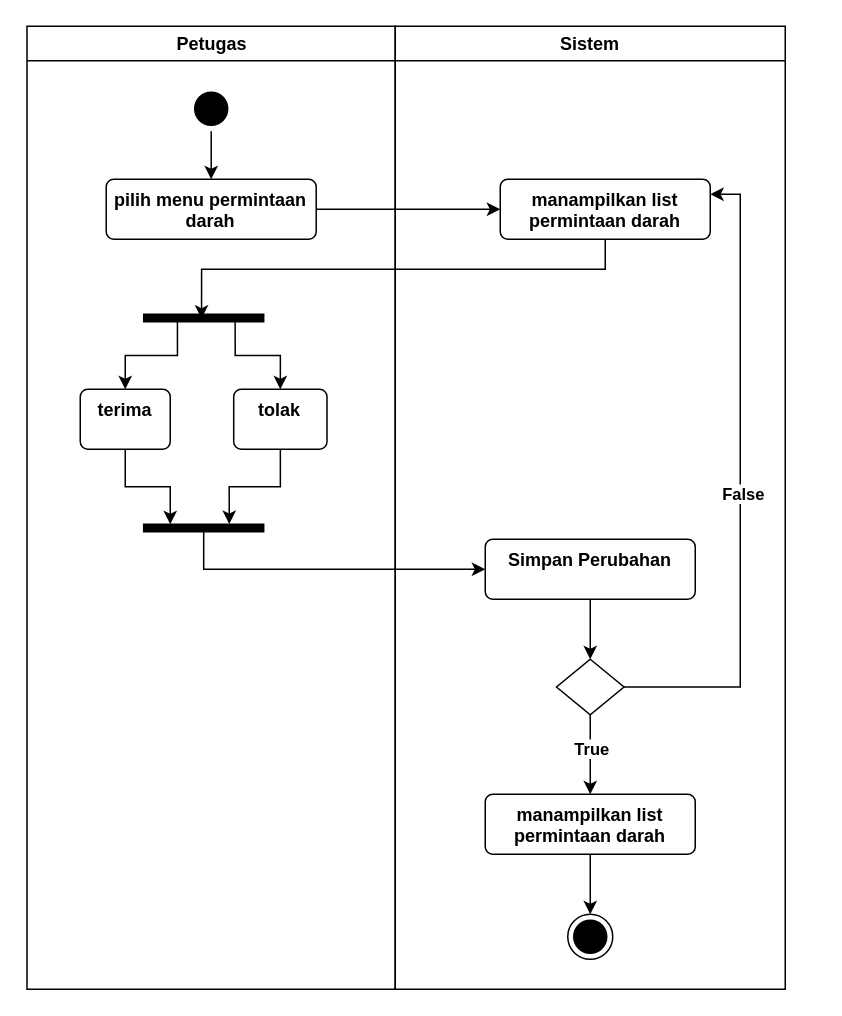
Before: page "activity-kelola-permintaan-darah" (6 of 24) of Untitled Diagram.drawio in afdikomayte/UDD-PMI-blood-donation-service, a draw.io diagram. Source tidied: cells renumbered, new cells numbered last; positions are measured from the earlier drawing's top-left corner, leaving out a move shared by most shapes. Both pictures are drawn from the tidied source at 150%, with x=0, y=0 at pixel (26, 26).
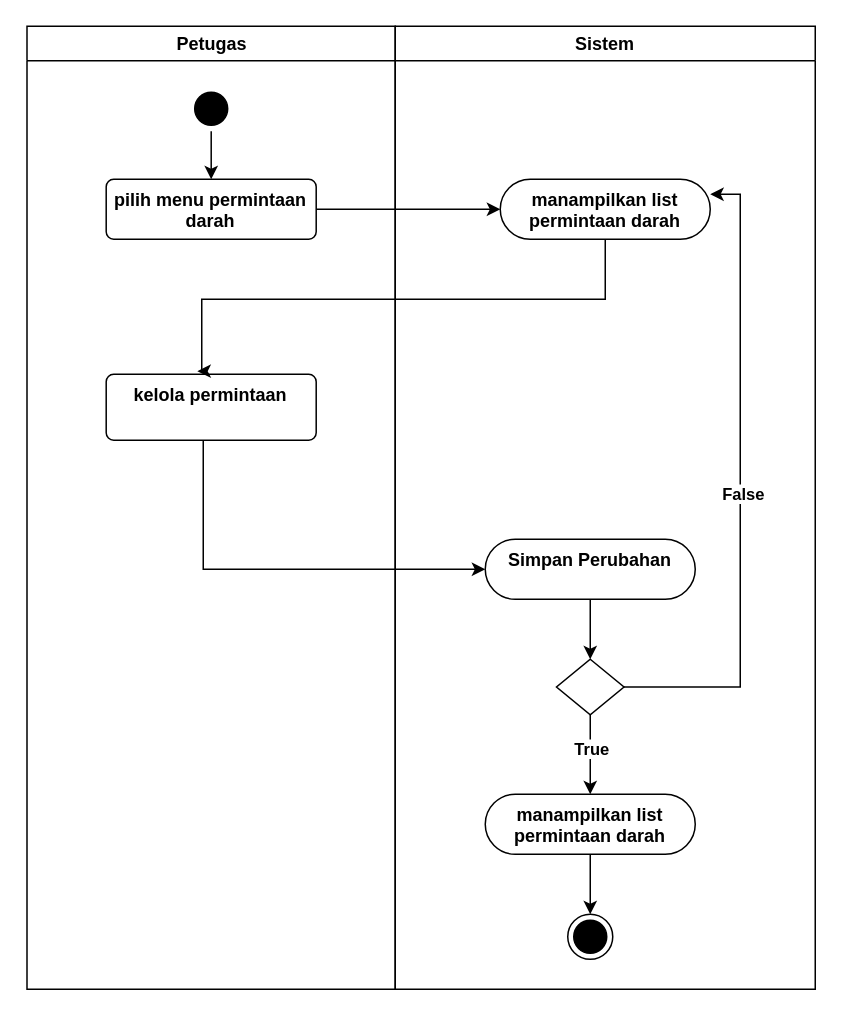
The same diagram, later.

Unchanged cells that the change refers to:
```xml
<mxCell id="2" value="Petugas" style="swimlane;whiteSpace=wrap;startSize=23;fontStyle=1;" parent="1" vertex="1">
  <mxGeometry x="0.5" width="245.5" height="642" as="geometry" />
</mxCell>
```

What changed in the source:
```diff
@@
-    <mxCell id="6" style="edgeStyle=orthogonalEdgeStyle;rounded=0;jettySize=auto;html=1;entryX=0.5;entryY=0;entryDx=0;entryDy=0;exitX=0.88;exitY=0.719;exitDx=0;exitDy=0;exitPerimeter=0;fontStyle=1;" parent="2" edge="1" source="7" target="8">
-      <mxGeometry relative="1" as="geometry" />
-    </mxCell>
-    <mxCell id="7" style="html=1;points=[];perimeter=orthogonalPerimeter;fillColor=strokeColor;direction=south;fontStyle=1;" parent="2" vertex="1">
-      <mxGeometry x="77.8" y="192" width="80" height="5" as="geometry" />
-    </mxCell>
-    <mxCell id="8" value="terima" style="html=1;align=center;verticalAlign=top;rounded=1;absoluteArcSize=1;arcSize=10;dashed=0;whiteSpace=wrap;fontStyle=1;" parent="2" vertex="1">
-      <mxGeometry x="35.5" y="242" width="60" height="40" as="geometry" />
-    </mxCell>
-    <mxCell id="9" value="tolak" style="html=1;align=center;verticalAlign=top;rounded=1;absoluteArcSize=1;arcSize=10;dashed=0;whiteSpace=wrap;fontStyle=1;" parent="2" vertex="1">
-      <mxGeometry x="137.8" y="242" width="62.2" height="40" as="geometry" />
-    </mxCell>
-    <mxCell id="10" style="edgeStyle=orthogonalEdgeStyle;rounded=0;jettySize=auto;html=1;exitX=0.921;exitY=0.238;exitDx=0;exitDy=0;exitPerimeter=0;fontStyle=1;" parent="2" edge="1" source="7" target="9">
-      <mxGeometry relative="1" as="geometry" />
-    </mxCell>
-    <mxCell id="11" style="html=1;points=[];perimeter=orthogonalPerimeter;fillColor=strokeColor;direction=south;fontStyle=1;" parent="2" vertex="1">
-      <mxGeometry x="77.8" y="332" width="80" height="5" as="geometry" />
-    </mxCell>
-    <mxCell id="12" style="edgeStyle=orthogonalEdgeStyle;rounded=0;jettySize=auto;html=1;exitX=0.5;exitY=1;exitDx=0;exitDy=0;fontStyle=1;" parent="2" edge="1" source="8">
-      <mxGeometry relative="1" as="geometry">
-        <mxPoint x="95.5" y="332" as="targetPoint" />
-        <Array as="points">
-          <mxPoint x="66" y="307" />
-          <mxPoint x="96" y="307" />
-        </Array>
-      </mxGeometry>
-    </mxCell>
-    <mxCell id="13" style="edgeStyle=orthogonalEdgeStyle;rounded=0;jettySize=auto;html=1;entryX=-0.032;entryY=0.287;entryDx=0;entryDy=0;entryPerimeter=0;fontStyle=1;" parent="2" edge="1" source="9" target="11">
-      <mxGeometry relative="1" as="geometry">
-        <Array as="points">
-          <mxPoint x="169" y="307" />
-          <mxPoint x="135" y="307" />
-        </Array>
-      </mxGeometry>
-    </mxCell>
+    <mxCell id="29" value="kelola permintaan" style="html=1;align=center;verticalAlign=top;rounded=1;absoluteArcSize=1;arcSize=10;dashed=0;whiteSpace=wrap;fontStyle=1;" parent="2" vertex="1">
+      <mxGeometry x="52.8" y="232" width="140" height="44" as="geometry" />
+    </mxCell>
     <mxCell id="14" value="Sistem" style="swimlane;whiteSpace=wrap;fontStyle=1;" parent="1" vertex="1">
-      <mxGeometry x="246" width="260" height="642" as="geometry" />
+      <mxGeometry x="246" width="280" height="642" as="geometry" />
     </mxCell>
@@
-    <mxCell id="16" value="manampilkan list permintaan darah" style="html=1;align=center;verticalAlign=top;rounded=1;absoluteArcSize=1;arcSize=10;dashed=0;whiteSpace=wrap;fontStyle=1;" parent="14" vertex="1">
+    <mxCell id="16" value="manampilkan list permintaan darah" style="html=1;align=center;verticalAlign=top;rounded=1;absoluteArcSize=1;arcSize=124;dashed=0;whiteSpace=wrap;fontStyle=1;" parent="14" vertex="1">
       <mxGeometry x="70" y="102" width="140" height="40" as="geometry" />
     </mxCell>
@@
-    <mxCell id="18" value="Simpan Perubahan" style="html=1;align=center;verticalAlign=top;rounded=1;absoluteArcSize=1;arcSize=10;dashed=0;whiteSpace=wrap;fontStyle=1;" parent="14" vertex="1">
+    <mxCell id="18" value="Simpan Perubahan" style="html=1;align=center;verticalAlign=top;rounded=1;absoluteArcSize=1;arcSize=96;dashed=0;whiteSpace=wrap;fontStyle=1;" parent="14" vertex="1">
       <mxGeometry x="60" y="342" width="140" height="40" as="geometry" />
     </mxCell>
@@
-    <mxCell id="20" value="manampilkan list permintaan darah" style="html=1;align=center;verticalAlign=top;rounded=1;absoluteArcSize=1;arcSize=10;dashed=0;whiteSpace=wrap;fontStyle=1;" parent="14" vertex="1">
+    <mxCell id="20" value="manampilkan list permintaan darah" style="html=1;align=center;verticalAlign=top;rounded=1;absoluteArcSize=1;arcSize=140;dashed=0;whiteSpace=wrap;fontStyle=1;" parent="14" vertex="1">
       <mxGeometry x="60" y="512" width="140" height="40" as="geometry" />
     </mxCell>
@@
-    <mxCell id="27" style="edgeStyle=orthogonalEdgeStyle;rounded=0;jettySize=auto;html=1;exitX=0.5;exitY=1;exitDx=0;exitDy=0;entryX=0.582;entryY=0.518;entryDx=0;entryDy=0;entryPerimeter=0;fontStyle=1;" parent="1" edge="1" source="16" target="7">
+    <mxCell id="27" style="edgeStyle=orthogonalEdgeStyle;rounded=0;jettySize=auto;html=1;exitX=0.5;exitY=1;exitDx=0;exitDy=0;entryX=0.434;entryY=-0.045;entryDx=0;entryDy=0;entryPerimeter=0;fontStyle=1;" parent="1" edge="1" source="16" target="29">
       <mxGeometry relative="1" as="geometry">
         <Array as="points">
-          <mxPoint x="386" y="162" />
-          <mxPoint x="117" y="162" />
+          <mxPoint x="386" y="182" />
+          <mxPoint x="117" y="182" />
+          <mxPoint x="117" y="230" />
         </Array>
       </mxGeometry>
     </mxCell>
-    <mxCell id="28" style="edgeStyle=orthogonalEdgeStyle;rounded=0;jettySize=auto;html=1;entryX=0;entryY=0.5;entryDx=0;entryDy=0;fontStyle=1;" parent="1" edge="1" source="11" target="18">
+    <mxCell id="28" style="edgeStyle=orthogonalEdgeStyle;rounded=0;jettySize=auto;html=1;entryX=0;entryY=0.5;entryDx=0;entryDy=0;fontStyle=1;" parent="1" edge="1" source="29" target="18">
       <mxGeometry relative="1" as="geometry">
         <Array as="points">
           <mxPoint x="118" y="362" />
         </Array>
       </mxGeometry>
     </mxCell>
```
